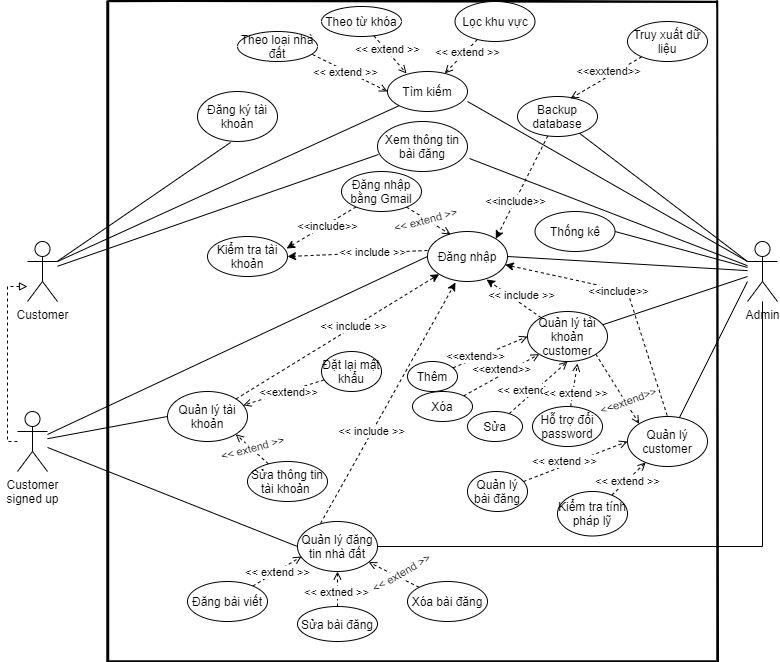
This is Design/UseCase Diagram/CNPM_UCD.png from MinhPhamNhat/MnM-Real-Estate-Agency, a draw.io export, as it was before one commit. Source tidied: cells renumbered, new cells last; positions are measured from the earlier drawing's top-left corner, leaving out a move shared by most shapes.
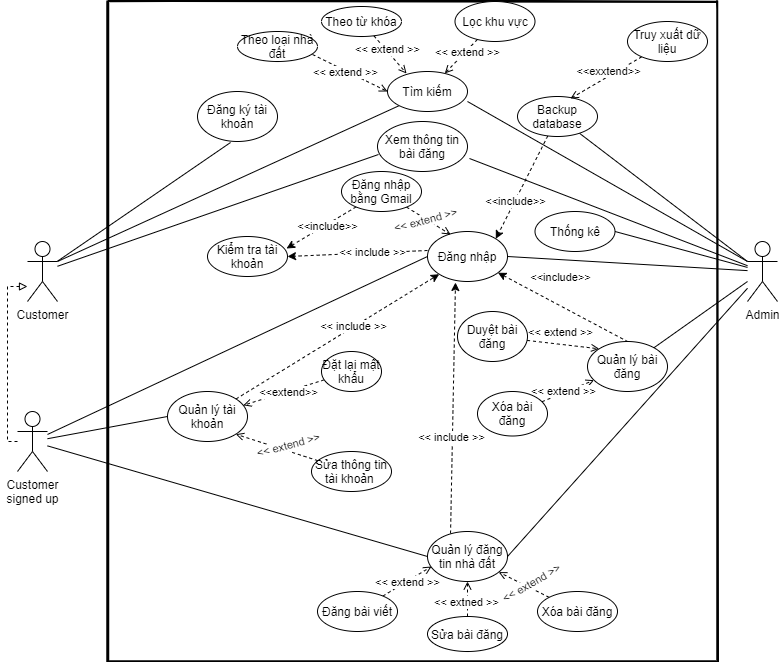
After the commit.

What changed in the source:
```diff
@@ -29,11 +29,11 @@
     <mxCell id="10" value="&amp;lt;&amp;lt; include &amp;gt;&amp;gt;" style="edgeLabel;html=1;align=center;verticalAlign=middle;" parent="9" vertex="1">
       <mxGeometry x="-0.23" y="1" relative="1" as="geometry" />
     </mxCell>
-    <mxCell id="11" style="edgeStyle=orthogonalEdgeStyle;rounded=0;jettySize=auto;html=1;exitX=1;exitY=0.5;exitDx=0;exitDy=0;endArrow=none;endFill=0;" parent="1" edge="1" source="12" target="61">
+    <mxCell id="11" style="rounded=0;jettySize=auto;html=1;exitX=1;exitY=0.5;exitDx=0;exitDy=0;endArrow=none;endFill=0;" parent="1" edge="1" source="12" target="61">
       <mxGeometry relative="1" as="geometry" />
     </mxCell>
     <mxCell id="12" value="Quản lý đăng tin nhà đất" style="ellipse;whiteSpace=wrap;html=1;" parent="1" vertex="1">
-      <mxGeometry x="290" y="520" width="80" height="50" as="geometry" />
+      <mxGeometry x="420" y="530" width="80" height="50" as="geometry" />
     </mxCell>
     <mxCell id="13" style="edgeStyle=none;rounded=0;jettySize=auto;html=1;exitX=0;exitY=0.38;exitDx=0;exitDy=0;entryX=1;entryY=0.5;entryDx=0;entryDy=0;dashed=1;endArrow=classic;endFill=1;exitPerimeter=0;" parent="1" edge="1" source="17" target="50">
       <mxGeometry relative="1" as="geometry" />
@@ -42,11 +42,7 @@
       <mxGeometry x="-0.2" y="-1" relative="1" as="geometry" />
     </mxCell>
     <mxCell id="15" style="edgeStyle=none;rounded=0;jettySize=auto;html=1;entryX=0.5;entryY=0;entryDx=0;entryDy=0;endArrow=none;endFill=0;fontSize=6;startArrow=classic;startFill=1;dashed=1;" parent="1" edge="1" source="17" target="81">
-      <mxGeometry relative="1" as="geometry">
-        <Array as="points">
-          <mxPoint x="620" y="290" />
-        </Array>
-      </mxGeometry>
+      <mxGeometry relative="1" as="geometry" />
     </mxCell>
     <mxCell id="16" value="&lt;font style=&quot;font-size: 11px&quot;&gt;&amp;lt;&amp;lt;include&amp;gt;&amp;gt;&lt;/font&gt;" style="edgeLabel;html=1;align=center;verticalAlign=middle;fontSize=6;" parent="15" vertex="1">
       <mxGeometry x="0.31" y="-1" relative="1" as="geometry">
@@ -101,7 +97,7 @@
       </mxGeometry>
     </mxCell>
     <mxCell id="30" value="Đăng bài viết" style="ellipse;whiteSpace=wrap;html=1;" parent="1" vertex="1">
-      <mxGeometry x="180" y="580" width="80" height="40" as="geometry" />
+      <mxGeometry x="310" y="590" width="80" height="40" as="geometry" />
     </mxCell>
     <mxCell id="31" style="edgeStyle=none;rounded=0;jettySize=auto;html=1;dashed=1;endArrow=open;endFill=0;" parent="1" edge="1" source="33" target="12">
       <mxGeometry relative="1" as="geometry" />
@@ -112,7 +108,7 @@
       </mxGeometry>
     </mxCell>
     <mxCell id="33" value="Xóa bài đăng" style="ellipse;whiteSpace=wrap;html=1;" parent="1" vertex="1">
-      <mxGeometry x="400" y="580" width="80" height="40" as="geometry" />
+      <mxGeometry x="530" y="590" width="80" height="40" as="geometry" />
     </mxCell>
     <mxCell id="34" style="edgeStyle=none;rounded=0;jettySize=auto;html=1;dashed=1;endArrow=open;endFill=0;" parent="1" edge="1" source="36" target="12">
       <mxGeometry relative="1" as="geometry" />
@@ -123,7 +119,7 @@
       </mxGeometry>
     </mxCell>
     <mxCell id="36" value="Sửa bài đăng" style="ellipse;whiteSpace=wrap;html=1;" parent="1" vertex="1">
-      <mxGeometry x="290" y="605" width="80" height="35" as="geometry" />
+      <mxGeometry x="420" y="615" width="80" height="35" as="geometry" />
     </mxCell>
     <mxCell id="37" style="edgeStyle=none;rounded=0;jettySize=auto;html=1;entryX=0;entryY=1;entryDx=0;entryDy=0;dashed=1;endArrow=classic;endFill=1;" parent="1" edge="1" source="39" target="17">
       <mxGeometry relative="1" as="geometry" />
@@ -143,7 +139,7 @@
       </mxGeometry>
     </mxCell>
     <mxCell id="42" value="Sửa thông tin tài khoản&amp;nbsp;" style="ellipse;whiteSpace=wrap;html=1;" parent="1" vertex="1">
-      <mxGeometry x="240" y="460" width="80" height="40" as="geometry" />
+      <mxGeometry x="304" y="450" width="80" height="40" as="geometry" />
     </mxCell>
     <mxCell id="43" value="&amp;lt;&amp;lt;extend&amp;gt;&amp;gt;" style="edgeStyle=none;rounded=0;jettySize=auto;html=1;dashed=1;endArrow=open;endFill=0;" parent="1" edge="1" source="44" target="39">
       <mxGeometry x="-0.09" y="1" relative="1" as="geometry" />
@@ -213,77 +209,43 @@
     <mxCell id="61" value="Admin" style="shape=umlActor;verticalLabelPosition=bottom;verticalAlign=top;html=1;outlineConnect=0;" parent="1" vertex="1">
       <mxGeometry x="740" y="240" width="30" height="60" as="geometry" />
     </mxCell>
-    <mxCell id="62" style="edgeStyle=none;rounded=0;jettySize=auto;html=1;entryX=0.738;entryY=0.96;entryDx=0;entryDy=0;entryPerimeter=0;endArrow=classic;endFill=1;dashed=1;" parent="1" edge="1" source="67" target="17">
-      <mxGeometry relative="1" as="geometry" />
-    </mxCell>
-    <mxCell id="63" value="&amp;lt;&amp;lt; include &amp;gt;&amp;gt;" style="edgeLabel;html=1;align=center;verticalAlign=middle;" parent="62" vertex="1">
-      <mxGeometry x="-0.42" y="-1" relative="1" as="geometry">
-        <mxPoint x="-5.5" y="-10.8" as="offset" />
-      </mxGeometry>
-    </mxCell>
-    <mxCell id="64" style="edgeStyle=none;rounded=0;jettySize=auto;html=1;endArrow=none;endFill=0;" parent="1" edge="1" source="67" target="61">
-      <mxGeometry relative="1" as="geometry" />
-    </mxCell>
-    <mxCell id="65" style="edgeStyle=none;rounded=0;jettySize=auto;html=1;exitX=1;exitY=1;exitDx=0;exitDy=0;entryX=0;entryY=0;entryDx=0;entryDy=0;endArrow=open;endFill=0;fontSize=6;dashed=1;" parent="1" edge="1" source="67" target="81">
-      <mxGeometry relative="1" as="geometry" />
-    </mxCell>
-    <mxCell id="66" value="&amp;lt;&amp;lt;extend&amp;gt;&amp;gt;" style="edgeLabel;html=1;align=center;verticalAlign=middle;fontSize=11;rotation=-20;" parent="65" vertex="1">
-      <mxGeometry x="0.43" y="3" relative="1" as="geometry">
-        <mxPoint x="-2" y="-1.1" as="offset" />
-      </mxGeometry>
-    </mxCell>
-    <mxCell id="67" value="Quản lý tài khoản customer" style="ellipse;whiteSpace=wrap;html=1;" parent="1" vertex="1">
-      <mxGeometry x="520" y="310" width="80" height="50" as="geometry" />
-    </mxCell>
-    <mxCell id="68" style="edgeStyle=none;rounded=0;jettySize=auto;html=1;entryX=0;entryY=0.5;entryDx=0;entryDy=0;dashed=1;endArrow=open;endFill=0;" parent="1" edge="1" source="70" target="67">
-      <mxGeometry relative="1" as="geometry" />
+    <mxCell id="68" style="edgeStyle=none;rounded=0;jettySize=auto;html=1;entryX=0;entryY=0.5;entryDx=0;entryDy=0;dashed=1;endArrow=open;endFill=0;" parent="1" edge="1" source="x">
+      <mxGeometry relative="1" as="geometry">
+        <mxPoint x="520" y="335" as="targetPoint" />
+      </mxGeometry>
     </mxCell>
     <mxCell id="69" value="&amp;lt;&amp;lt;extend&amp;gt;&amp;gt;" style="edgeLabel;html=1;align=center;verticalAlign=middle;" parent="68" vertex="1">
       <mxGeometry x="-0.45" y="-2" relative="1" as="geometry">
         <mxPoint x="0.6" y="-5.1" as="offset" />
       </mxGeometry>
     </mxCell>
-    <mxCell id="70" value="Thêm" style="ellipse;whiteSpace=wrap;html=1;" parent="1" vertex="1">
-      <mxGeometry x="400" y="360" width="50" height="30" as="geometry" />
-    </mxCell>
-    <mxCell id="71" style="edgeStyle=none;rounded=0;jettySize=auto;html=1;exitX=1;exitY=0;exitDx=0;exitDy=0;entryX=0;entryY=1;entryDx=0;entryDy=0;dashed=1;endArrow=open;endFill=0;" parent="1" edge="1" source="73" target="67">
-      <mxGeometry relative="1" as="geometry" />
+    <mxCell id="71" style="edgeStyle=none;rounded=0;jettySize=auto;html=1;exitX=1;exitY=0;exitDx=0;exitDy=0;entryX=0;entryY=1;entryDx=0;entryDy=0;dashed=1;endArrow=open;endFill=0;" parent="1" edge="1" source="x">
+      <mxGeometry relative="1" as="geometry">
+        <mxPoint x="531.7" y="352.7" as="targetPoint" />
+      </mxGeometry>
     </mxCell>
     <mxCell id="72" value="&amp;lt;&amp;lt;extend&amp;gt;&amp;gt;" style="edgeLabel;html=1;align=center;verticalAlign=middle;" parent="71" vertex="1">
       <mxGeometry x="-0.47" y="1" relative="1" as="geometry">
         <mxPoint x="17.8" y="-14.5" as="offset" />
       </mxGeometry>
     </mxCell>
-    <mxCell id="73" value="Xóa" style="ellipse;whiteSpace=wrap;html=1;" parent="1" vertex="1">
-      <mxGeometry x="405" y="390" width="60" height="30" as="geometry" />
-    </mxCell>
-    <mxCell id="74" style="edgeStyle=none;rounded=0;jettySize=auto;html=1;entryX=0.5;entryY=1;entryDx=0;entryDy=0;dashed=1;endArrow=open;endFill=0;" parent="1" edge="1" source="76" target="67">
-      <mxGeometry relative="1" as="geometry" />
+    <mxCell id="74" style="edgeStyle=none;rounded=0;jettySize=auto;html=1;entryX=0.5;entryY=1;entryDx=0;entryDy=0;dashed=1;endArrow=open;endFill=0;" parent="1" edge="1" source="x">
+      <mxGeometry relative="1" as="geometry">
+        <mxPoint x="560" y="360" as="targetPoint" />
+      </mxGeometry>
     </mxCell>
     <mxCell id="75" value="&amp;lt;&amp;lt; extend &amp;gt;&amp;gt;" style="edgeLabel;html=1;align=center;verticalAlign=middle;" parent="74" vertex="1">
       <mxGeometry x="-0.36" y="-1" relative="1" as="geometry">
         <mxPoint y="-7.6" as="offset" />
       </mxGeometry>
     </mxCell>
-    <mxCell id="76" value="Sửa" style="ellipse;whiteSpace=wrap;html=1;" parent="1" vertex="1">
-      <mxGeometry x="460" y="410" width="55" height="30" as="geometry" />
-    </mxCell>
-    <mxCell id="77" style="edgeStyle=none;rounded=0;jettySize=auto;html=1;entryX=0.625;entryY=1.04;entryDx=0;entryDy=0;entryPerimeter=0;dashed=1;endArrow=open;endFill=0;" parent="1" edge="1" source="79" target="67">
-      <mxGeometry relative="1" as="geometry" />
-    </mxCell>
-    <mxCell id="78" value="&amp;lt;&amp;lt; extend &amp;gt;&amp;gt;" style="edgeLabel;html=1;align=center;verticalAlign=middle;" parent="77" vertex="1">
-      <mxGeometry x="-0.35" y="-2" relative="1" as="geometry" />
-    </mxCell>
-    <mxCell id="79" value="Hỗ trợ đổi password" style="ellipse;whiteSpace=wrap;html=1;" parent="1" vertex="1">
-      <mxGeometry x="525" y="405" width="70" height="40" as="geometry" />
-    </mxCell>
     <mxCell id="80" style="edgeStyle=none;rounded=0;orthogonalLoop=1;jettySize=auto;html=1;exitX=0.5;exitY=1;exitDx=0;exitDy=0;endArrow=none;endFill=0;" parent="1" edge="1" source="33" target="33">
       <mxGeometry relative="1" as="geometry" />
     </mxCell>
-    <mxCell id="81" value="Quản lý customer" style="ellipse;whiteSpace=wrap;html=1;" parent="1" vertex="1">
-      <mxGeometry x="620" y="415" width="80" height="50" as="geometry" />
+    <mxCell id="81" value="Quản lý bài đăng" style="ellipse;whiteSpace=wrap;html=1;" parent="1" vertex="1">
+      <mxGeometry x="580" y="340" width="80" height="50" as="geometry" />
     </mxCell>
-    <mxCell id="82" style="edgeStyle=none;rounded=0;jettySize=auto;html=1;entryX=0;entryY=0.5;entryDx=0;entryDy=0;endArrow=open;endFill=0;fontSize=6;dashed=1;" parent="1" edge="1" source="84" target="81">
+    <mxCell id="82" style="edgeStyle=none;rounded=0;jettySize=auto;html=1;entryX=0;entryY=0;entryDx=0;entryDy=0;endArrow=open;endFill=0;fontSize=6;dashed=1;" parent="1" edge="1" source="84" target="81">
       <mxGeometry relative="1" as="geometry" />
     </mxCell>
     <mxCell id="83" value="&lt;span style=&quot;font-size: 11px&quot;&gt;&amp;lt;&amp;lt; extend &amp;gt;&amp;gt;&lt;/span&gt;" style="edgeLabel;html=1;align=center;verticalAlign=middle;fontSize=6;" parent="82" vertex="1">
@@ -291,8 +253,8 @@
         <mxPoint x="14.8" y="-10.4" as="offset" />
       </mxGeometry>
     </mxCell>
-    <mxCell id="84" value="Quản lý bài đăng" style="ellipse;whiteSpace=wrap;html=1;" parent="1" vertex="1">
-      <mxGeometry x="460" y="470" width="60" height="40" as="geometry" />
+    <mxCell id="84" value="Duyệt bài đăng" style="ellipse;whiteSpace=wrap;html=1;" parent="1" vertex="1">
+      <mxGeometry x="450" y="310" width="70" height="50" as="geometry" />
     </mxCell>
     <mxCell id="85" style="edgeStyle=none;rounded=0;jettySize=auto;html=1;endArrow=open;endFill=0;fontSize=6;dashed=1;" parent="1" edge="1" source="87" target="81">
       <mxGeometry relative="1" as="geometry" />
@@ -302,8 +264,8 @@
         <mxPoint x="4.9" y="-4.7" as="offset" />
       </mxGeometry>
     </mxCell>
-    <mxCell id="87" value="Kiểm tra tính pháp lỹ" style="ellipse;whiteSpace=wrap;html=1;" parent="1" vertex="1">
-      <mxGeometry x="550" y="490" width="70" height="44.5" as="geometry" />
+    <mxCell id="87" value="Xóa bài đăng" style="ellipse;whiteSpace=wrap;html=1;" parent="1" vertex="1">
+      <mxGeometry x="470" y="390" width="70" height="44.5" as="geometry" />
     </mxCell>
     <mxCell id="88" style="rounded=0;jettySize=auto;html=1;entryX=1;entryY=0;entryDx=0;entryDy=0;dashed=1;" parent="1" edge="1" source="91" target="17">
       <mxGeometry relative="1" as="geometry" />
```
